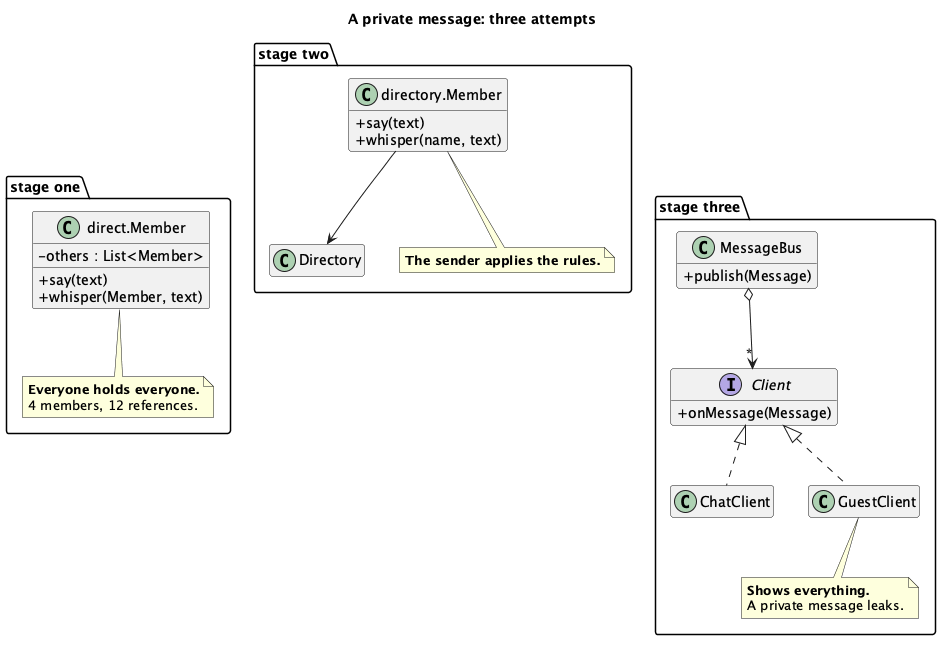
The PlantUML diagram src/main/java/dev/kaldiroglu/dp/behavioral/mediator/chat/uml/Mediator - Chat (Problem) - Class Diagram.png in kaldiroglu/DesignPatternsWithJava, before a commit.
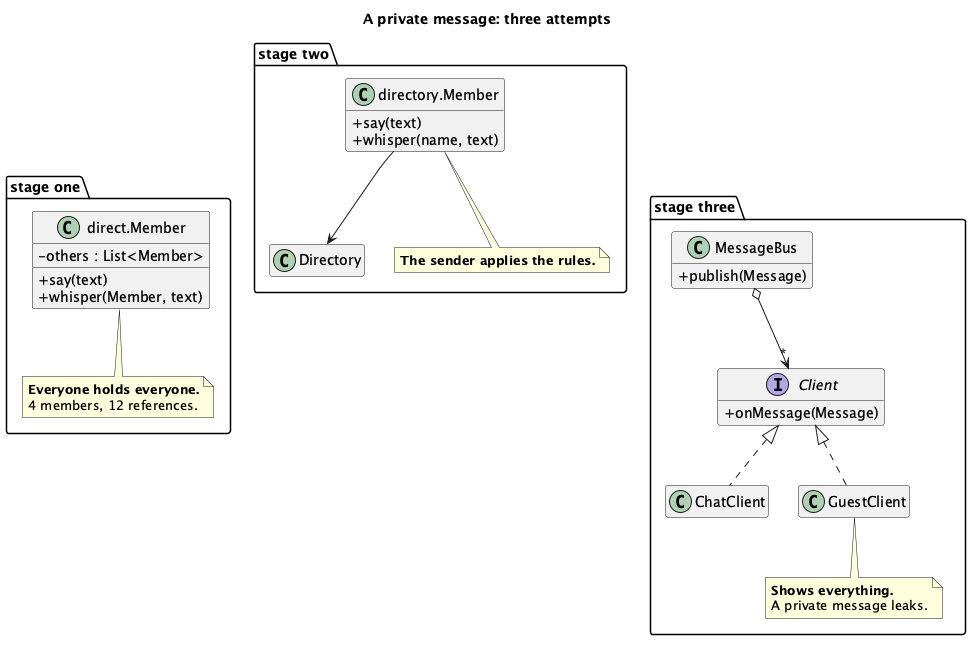
Later version of the same file.

Change to the diagram source:
```diff
@@ -1,4 +1,13 @@
-@startuml "Mediator - Chat (Problem) - Class Diagram"
+@startuml
+skinparam linetype polyline
+skinparam nodesep 30
+skinparam class {
+  BackgroundColor<<spacer>> transparent
+  BorderColor<<spacer>> transparent
+  FontColor<<spacer>> transparent
+}
+hide <<spacer>> stereotype
+hide <<spacer>> circle
 skinparam classAttributeIconSize 0
 hide empty members
 title A private message: three attempts
@@ -19,7 +28,6 @@
     + say(text)
     + whisper(name, text)
   }
-  M2 --> Directory
   note bottom of M2
     <b>The sender applies the rules.</b>
   end note
@@ -33,8 +41,9 @@
   }
   class ChatClient
   class GuestClient
-  MessageBus o--> "*" Client
   Client <|.. ChatClient
+class " " as Spacer1 <<spacer>>
+Client -[hidden]- Spacer1
   Client <|.. GuestClient
   note bottom of GuestClient
     <b>Shows everything.</b>
@@ -43,4 +52,6 @@
 }
 M1 -[hidden]right- Directory
 Directory -[hidden]right- MessageBus
+  M2 --> Directory
+  MessageBus o--> "*" Client
 @enduml
```
